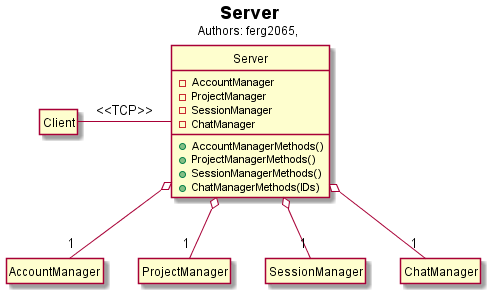
Above: hw3/Server/server.png in voxelv/sQuire_kw (PlantUML), before the change.
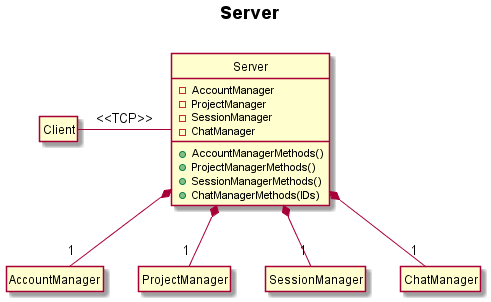
The same file after the commit.

Diff of the diagram source:
```diff
@@ -2,7 +2,7 @@
 hide circle
 hide empty members
 
-Title <b>Server</b>\n<size:12>Authors: ferg2065, </size>
+Title <b>Server</b>\n
 
 class "Client" as sq
 class "Server" as sqs{
@@ -22,10 +22,10 @@
 
 sq -right- sqs : <<TCP>>
 
-sqs o-- "1" sqs_pr_m
-sqs o-- "1" sqs_ua_m
-sqs o-- "1" sqs_se_m
-sqs o-- "1" sqs_ch_m
+sqs *-- "1" sqs_pr_m
+sqs *-- "1" sqs_ua_m
+sqs *-- "1" sqs_se_m
+sqs *-- "1" sqs_ch_m
 
 
 
```
